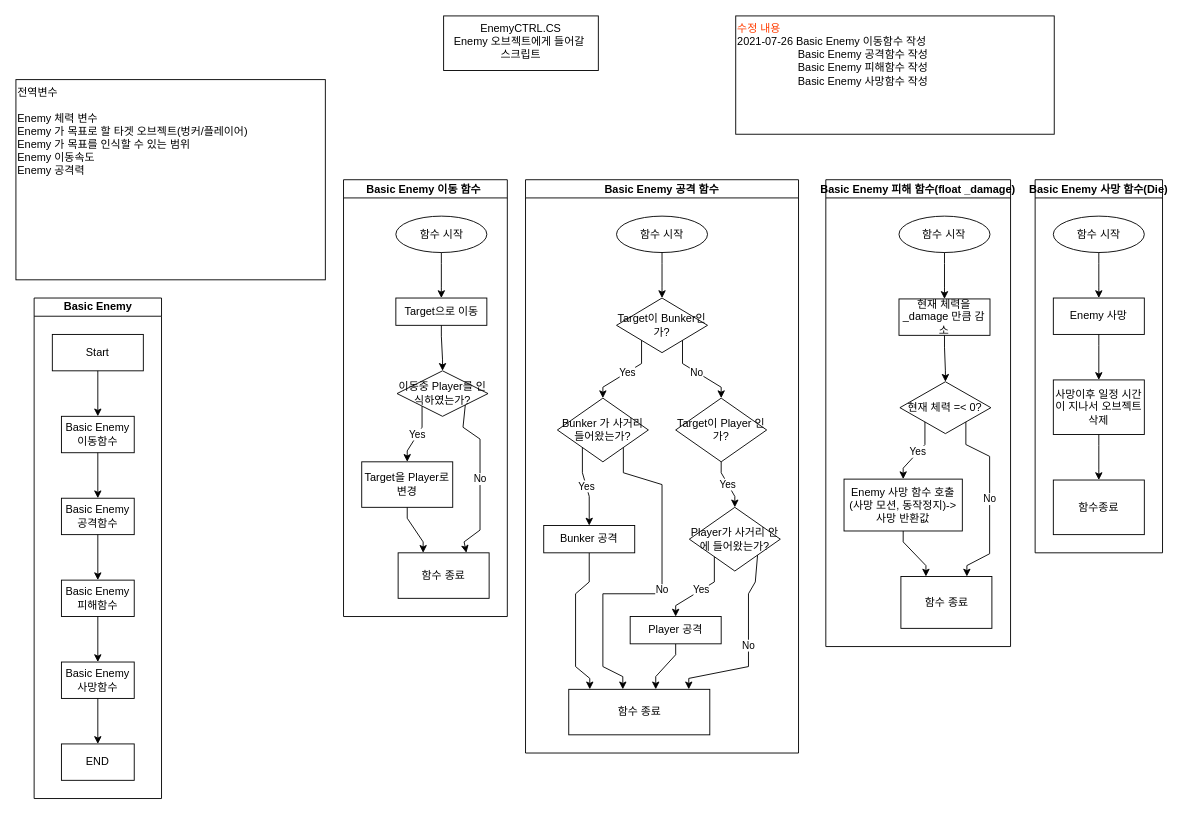
This is FlowChart/BasicEnemy.drawio from BckLily/YeilMainProjectBackUp, a draw.io file, before an edit. Source tidied: cells renumbered, new cells numbered last; positions are measured from the earlier drawing's top-left corner, leaving out a move shared by most shapes. Both pictures are drawn from the tidied source at 91%, with x=0, y=0 at pixel (15, 15).
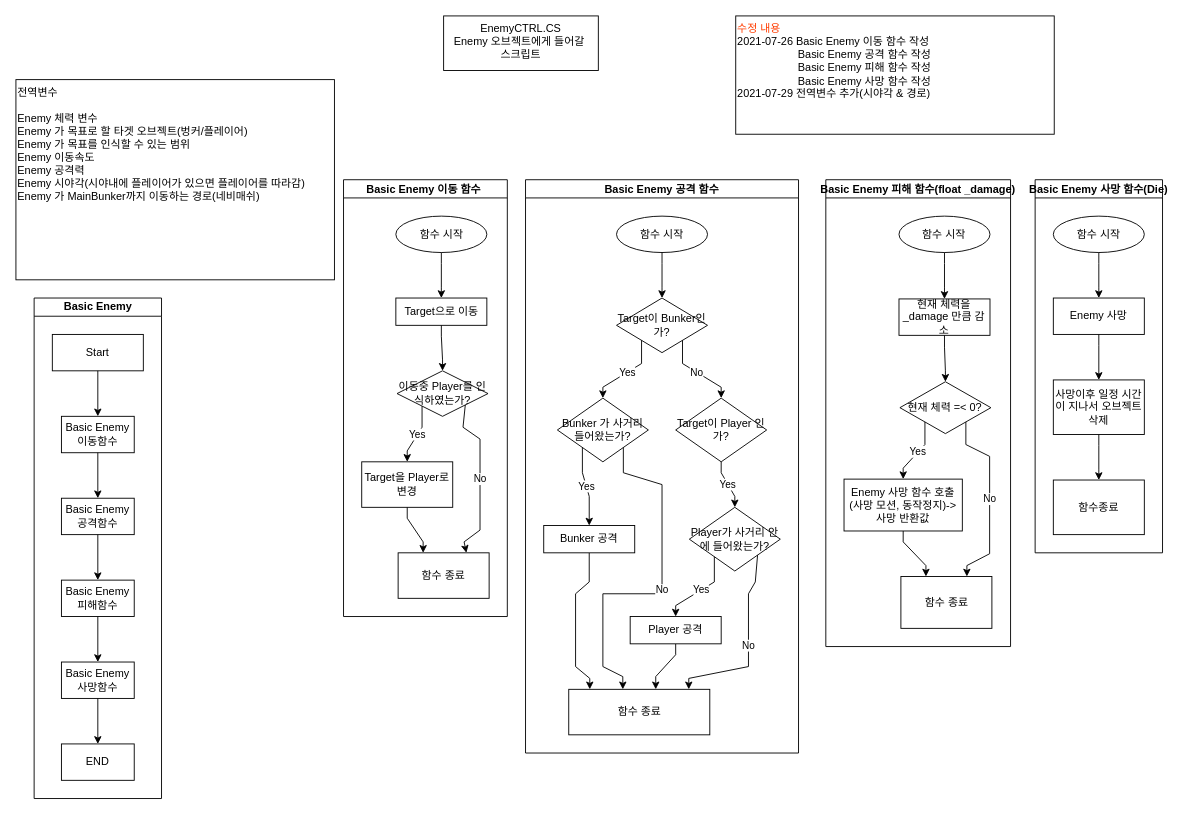
The same page after the edit.

The edit, as a diff of the source:
```diff
@@
-    <mxCell id="2" value="전역변수&lt;br&gt;&lt;br&gt;Enemy 체력 변수&lt;br&gt;Enemy 가 목표로 할 타겟 오브젝트(벙커/플레이어)&lt;br&gt;Enemy 가 목표를 인식할 수 있는 범위&lt;br&gt;Enemy 이동속도&lt;br&gt;Enemy 공격력" style="rounded=0;whiteSpace=wrap;html=1;align=left;verticalAlign=top;" parent="1" vertex="1">
-      <mxGeometry y="70" width="340" height="220" as="geometry" />
+    <mxCell id="2" value="전역변수&lt;br&gt;&lt;br&gt;Enemy 체력 변수&lt;br&gt;Enemy 가 목표로 할 타겟 오브젝트(벙커/플레이어)&lt;br&gt;Enemy 가 목표를 인식할 수 있는 범위&lt;br&gt;Enemy 이동속도&lt;br&gt;Enemy 공격력&lt;br&gt;Enemy 시야각(시야내에 플레이어가 있으면 플레이어를 따라감)&lt;br&gt;Enemy 가 MainBunker까지 이동하는 경로(네비매쉬)" style="rounded=0;whiteSpace=wrap;html=1;align=left;verticalAlign=top;" parent="1" vertex="1">
+      <mxGeometry y="70" width="350" height="220" as="geometry" />
     </mxCell>
@@
-    <mxCell id="15" value="&lt;div&gt;&lt;span style=&quot;color: rgb(255 , 60 , 0)&quot;&gt;수정 내용&lt;/span&gt;&lt;/div&gt;&lt;div&gt;&lt;span&gt;2021-07-26 Basic Enemy 이동함수 작성&lt;/span&gt;&lt;/div&gt;&lt;div&gt;&lt;span&gt;&amp;nbsp; &amp;nbsp; &amp;nbsp; &amp;nbsp; &amp;nbsp; &amp;nbsp; &amp;nbsp; &amp;nbsp; &amp;nbsp; &amp;nbsp; Basic Enemy 공격함수 작성&lt;/span&gt;&lt;/div&gt;&lt;div&gt;&lt;span&gt;&amp;nbsp; &amp;nbsp; &amp;nbsp; &amp;nbsp; &amp;nbsp; &amp;nbsp; &amp;nbsp; &amp;nbsp; &amp;nbsp; &amp;nbsp; Basic Enemy 피해함수 작성&lt;/span&gt;&lt;/div&gt;&lt;div&gt;&lt;span&gt;&amp;nbsp; &amp;nbsp; &amp;nbsp; &amp;nbsp; &amp;nbsp; &amp;nbsp; &amp;nbsp; &amp;nbsp; &amp;nbsp; &amp;nbsp; Basic Enemy 사망함수 작성&lt;/span&gt;&lt;/div&gt;" style="rounded=0;whiteSpace=wrap;html=1;align=left;verticalAlign=top;" parent="1" vertex="1">
+    <mxCell id="15" value="&lt;div&gt;&lt;span style=&quot;color: rgb(255 , 60 , 0)&quot;&gt;수정 내용&lt;/span&gt;&lt;/div&gt;&lt;div&gt;&lt;span&gt;2021-07-26 Basic Enemy 이동 함수 작성&lt;/span&gt;&lt;/div&gt;&lt;div&gt;&lt;span&gt;&amp;nbsp; &amp;nbsp; &amp;nbsp; &amp;nbsp; &amp;nbsp; &amp;nbsp; &amp;nbsp; &amp;nbsp; &amp;nbsp; &amp;nbsp; Basic Enemy 공격 함수 작성&lt;/span&gt;&lt;/div&gt;&lt;div&gt;&lt;span&gt;&amp;nbsp; &amp;nbsp; &amp;nbsp; &amp;nbsp; &amp;nbsp; &amp;nbsp; &amp;nbsp; &amp;nbsp; &amp;nbsp; &amp;nbsp; Basic Enemy 피해 함수 작성&lt;/span&gt;&lt;/div&gt;&lt;div&gt;&lt;span&gt;&amp;nbsp; &amp;nbsp; &amp;nbsp; &amp;nbsp; &amp;nbsp; &amp;nbsp; &amp;nbsp; &amp;nbsp; &amp;nbsp; &amp;nbsp; Basic Enemy 사망 함수 작성&lt;/span&gt;&lt;/div&gt;&lt;div&gt;&lt;span&gt;2021-07-29 전역변수 추가(시야각 &amp;amp; 경로)&lt;/span&gt;&lt;/div&gt;" style="rounded=0;whiteSpace=wrap;html=1;align=left;verticalAlign=top;" parent="1" vertex="1">
       <mxGeometry x="791" width="350" height="130" as="geometry" />
     </mxCell>
```
